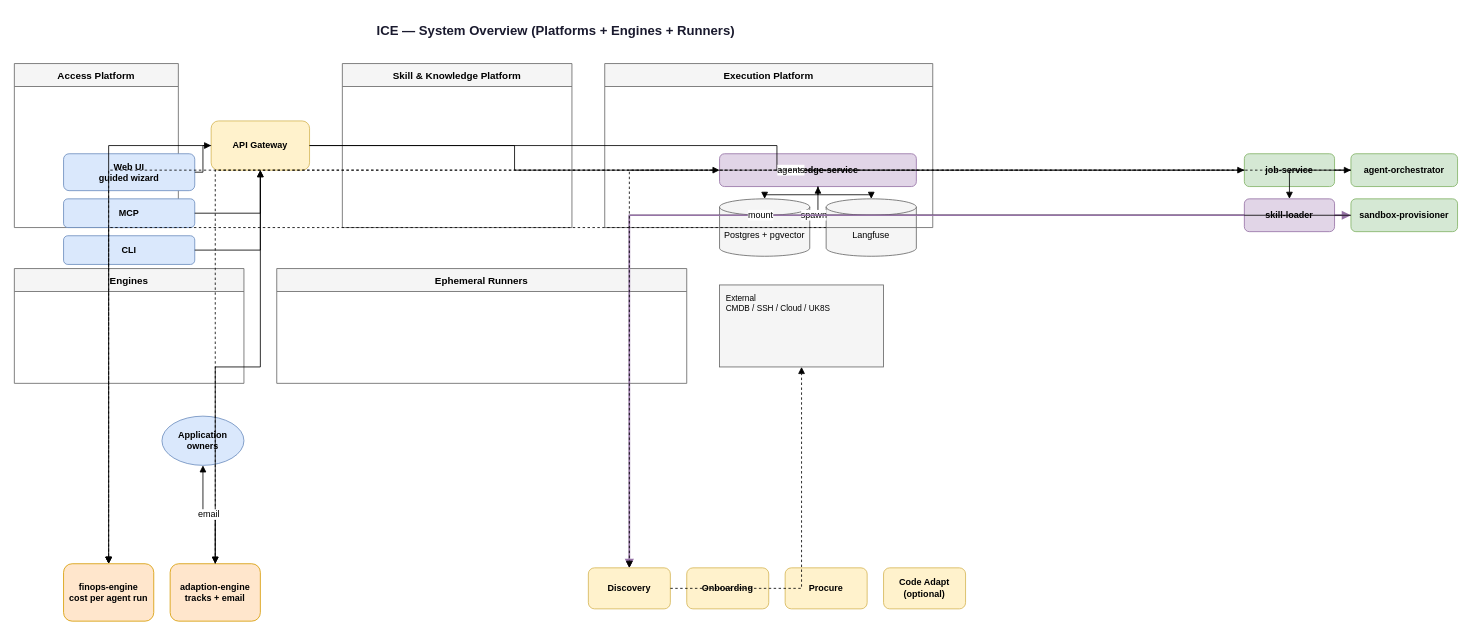
Above: docs/03-system-overview.drawio in shivank22/ICE (draw.io), before the change. Source tidied: cells renumbered, new cells numbered last; positions are measured from the earlier drawing's top-left corner, leaving out a move shared by most shapes. Both pictures are drawn from the tidied source at 82%, with x=0, y=0 at pixel (14, 14).
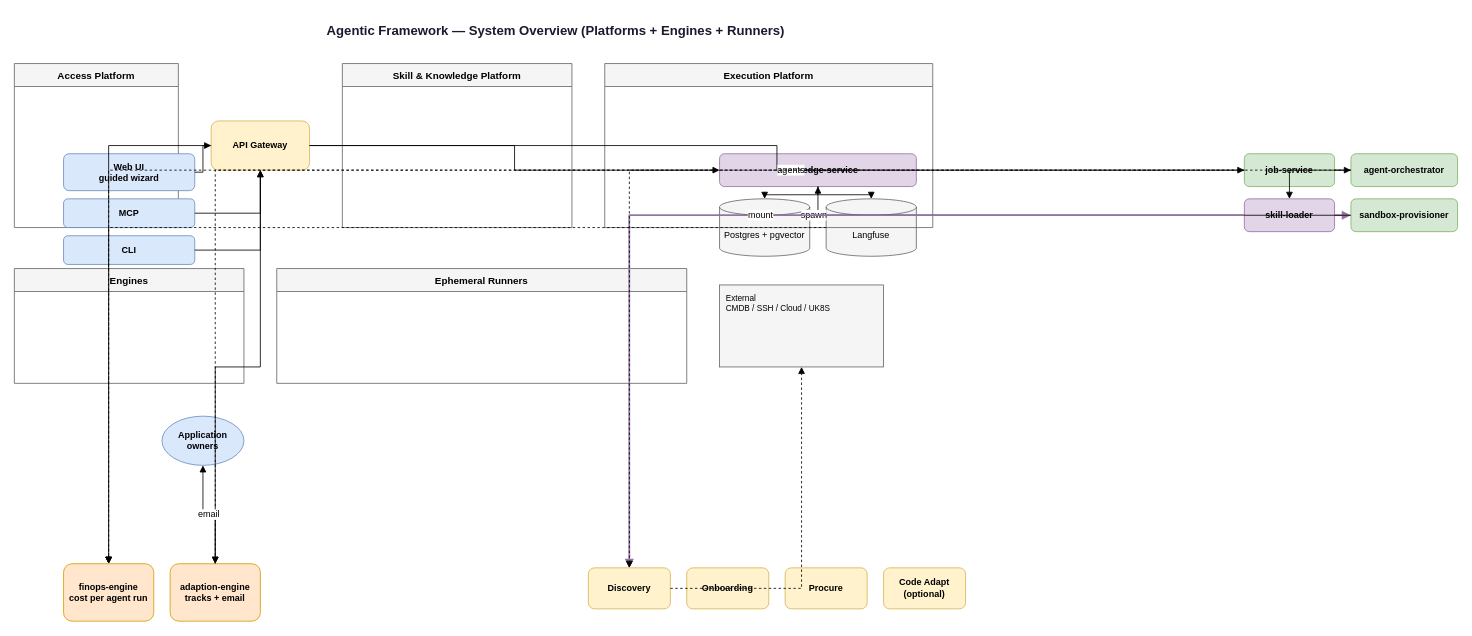
The same diagram, later.

The edit, as a diff of the source:
```diff
@@
-    <mxCell id="2" value="ICE — System Overview (Platforms + Engines + Runners)" style="text;html=1;strokeColor=none;fillColor=none;align=center;verticalAlign=middle;fontStyle=1;fontSize=16;fontColor=#1a1a2e;" parent="1" vertex="1">
+    <mxCell id="2" value="Agentic Framework — System Overview (Platforms + Engines + Runners)" style="text;html=1;strokeColor=none;fillColor=none;align=center;verticalAlign=middle;fontStyle=1;fontSize=16;fontColor=#1a1a2e;" parent="1" vertex="1">
       <mxGeometry x="110" width="1100" height="40" as="geometry" />
     </mxCell>
```
